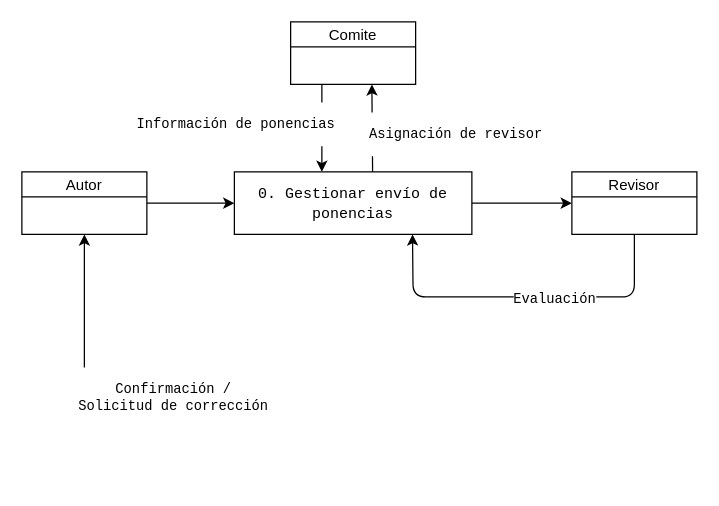
Above: docs/dfd/envio-ponencias-contexto.drawio in GustavoNCC/SEConference (draw.io), before the change. Source tidied: cells renumbered, new cells numbered last; positions are measured from the earlier drawing's top-left corner, leaving out a move shared by most shapes. Both pictures are drawn from the tidied source at 125%, with x=0, y=0 at pixel (21, 21).
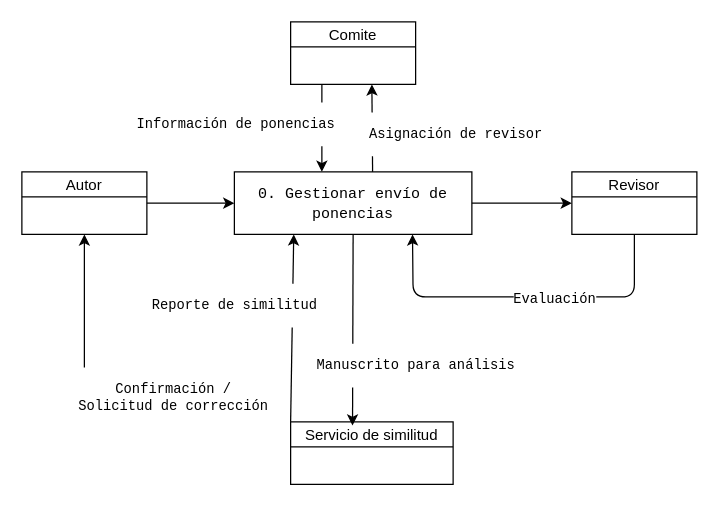
The same page after the edit.

Commit message (it also covers changes not shown here):
docs: add similarity service to submission DFDs

The change refers to these unchanged cells:
```xml
<mxCell id="2" value="&lt;code&gt;0. Gestionar envío de ponencias&lt;/code&gt;" style="html=1;dashed=0;whiteSpace=wrap;" parent="1" vertex="1">
  <mxGeometry x="170" y="120" width="190" height="50" as="geometry" />
</mxCell>
```

What changed in the source:
```diff
@@
+    <mxCell id="16" style="edgeStyle=none;html=1;exitX=0;exitY=0;exitDx=0;exitDy=0;entryX=0.25;entryY=1;entryDx=0;entryDy=0;" parent="1" edge="1" source="18" target="2">
+      <mxGeometry relative="1" as="geometry" />
+    </mxCell>
+    <mxCell id="17" value="&lt;pre dir=&quot;ltr&quot;&gt;&lt;code&gt;Reporte de similitud&lt;/code&gt;&lt;/pre&gt;" style="edgeLabel;html=1;align=center;verticalAlign=middle;" parent="16" vertex="1">
+      <mxGeometry x="0.25" y="-3" relative="1" as="geometry">
+        <mxPoint x="-50" as="offset" />
+      </mxGeometry>
+    </mxCell>
+    <mxCell id="18" value="Servicio de similitud" style="swimlane;fontStyle=0;horizontal=1;startSize=20;fillColor=#ffffff;swimlaneFillColor=#ffffff;" parent="1" vertex="1">
+      <mxGeometry x="215" y="320" width="130" height="50" as="geometry" />
+    </mxCell>
+    <mxCell id="19" style="edgeStyle=none;html=1;exitX=0.5;exitY=1;exitDx=0;exitDy=0;entryX=0.381;entryY=0.06;entryDx=0;entryDy=0;entryPerimeter=0;" parent="1" edge="1" source="2" target="18">
+      <mxGeometry relative="1" as="geometry" />
+    </mxCell>
+    <mxCell id="20" value="&lt;pre dir=&quot;ltr&quot;&gt;&lt;code&gt;Manuscrito para análisis&lt;/code&gt;&lt;/pre&gt;" style="edgeLabel;html=1;align=center;verticalAlign=middle;" parent="19" vertex="1">
+      <mxGeometry x="0.17" y="1" relative="1" as="geometry">
+        <mxPoint x="49" y="14" as="offset" />
+      </mxGeometry>
+    </mxCell>
```
